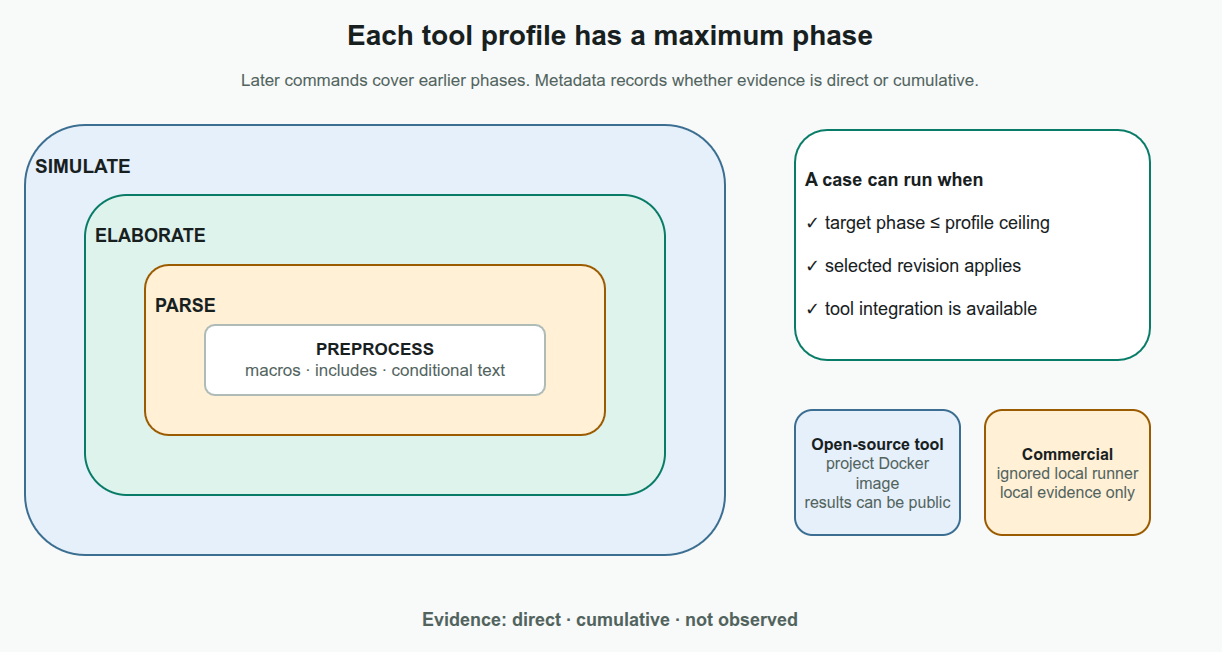
Earlier version of the draw.io export docs/about/assets/tool-applicability.drawio.png (kleverhq/svtorture). Source tidied: cells renumbered, new cells last; positions are measured from the earlier drawing's top-left corner, leaving out a move shared by most shapes.
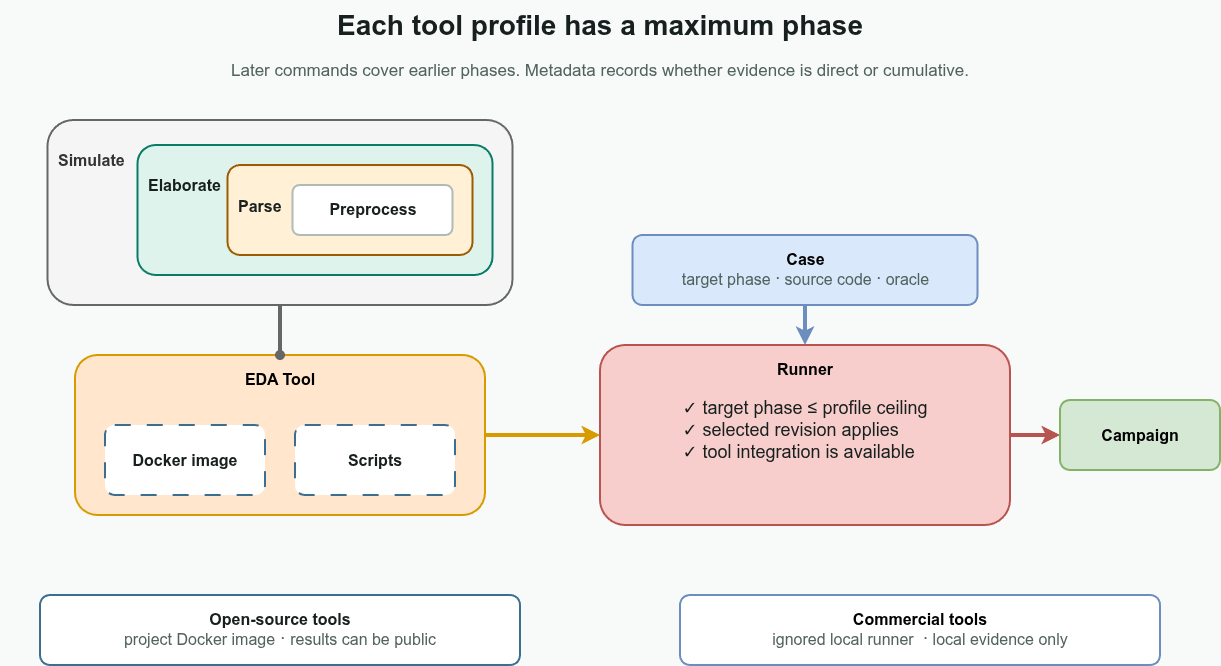
After the change.

Change to the diagram source:
```diff
@@ -2,35 +2,59 @@
   <root>
     <mxCell id="0" />
     <mxCell id="1" parent="0" />
+    <mxCell id="12" style="edgeStyle=orthogonalEdgeStyle;rounded=0;jettySize=auto;html=1;exitX=1;exitY=0.5;exitDx=0;exitDy=0;entryX=0;entryY=0.5;entryDx=0;entryDy=0;fillColor=#ffe6cc;strokeColor=#d79b00;strokeWidth=4;" parent="1" edge="1" source="13" target="18">
+      <mxGeometry relative="1" as="geometry" />
+    </mxCell>
+    <mxCell id="13" value="&lt;b&gt;EDA Tool&lt;/b&gt;" style="rounded=1;whiteSpace=wrap;html=1;arcSize=14;fillColor=#ffe6cc;strokeColor=#d79b00;strokeWidth=2;fontSize=16;fontStyle=0;align=center;verticalAlign=top;spacing=10;" parent="1" vertex="1">
+      <mxGeometry x="75" y="355" width="410" height="160" as="geometry" />
+    </mxCell>
     <mxCell id="2" value="Each tool profile has a maximum phase" style="rounded=1;whiteSpace=wrap;html=1;arcSize=14;fillColor=none;strokeColor=none;strokeWidth=2;fontColor=#17201E;fontSize=28;fontStyle=1;align=center;verticalAlign=middle;spacing=10;rounded=0;spacing=0;verticalAlign=middle;" parent="1" vertex="1">
       <mxGeometry width="1200" height="50" as="geometry" />
     </mxCell>
     <mxCell id="3" value="Later commands cover earlier phases. Metadata records whether evidence is direct or cumulative." style="rounded=1;whiteSpace=wrap;html=1;arcSize=14;fillColor=none;strokeColor=none;strokeWidth=2;fontColor=#52635E;fontSize=17;fontStyle=0;align=center;verticalAlign=middle;spacing=10;rounded=0;spacing=0;verticalAlign=middle;" parent="1" vertex="1">
       <mxGeometry x="60" y="53" width="1080" height="35" as="geometry" />
     </mxCell>
+    <mxCell id="14" style="edgeStyle=orthogonalEdgeStyle;rounded=1;jettySize=auto;html=1;exitX=0.5;exitY=1;exitDx=0;exitDy=0;entryX=0.5;entryY=0;entryDx=0;entryDy=0;fillColor=#f5f5f5;strokeColor=#666666;strokeWidth=4;curved=0;endArrow=oval;endFill=1;" parent="1" edge="1" source="4" target="13">
+      <mxGeometry relative="1" as="geometry" />
+    </mxCell>
+    <mxCell id="9" value="&lt;b&gt;Open-source tools&lt;/b&gt;&lt;br&gt;&lt;font color=&quot;#52635E&quot;&gt;project Docker image&lt;span style=&quot;font-size: 18px;&quot;&gt; · &lt;/span&gt;results can be public&lt;/font&gt;" style="rounded=1;whiteSpace=wrap;html=1;arcSize=14;fillColor=default;strokeColor=#3C6E91;strokeWidth=2;fontColor=#17201E;fontSize=16;fontStyle=0;align=center;verticalAlign=middle;spacing=10;" parent="1" vertex="1">
+      <mxGeometry x="40" y="595" width="480" height="70" as="geometry" />
+    </mxCell>
+    <mxCell id="10" value="&lt;b&gt;Commercial tools&lt;/b&gt;&lt;br&gt;&lt;font color=&quot;#52635E&quot;&gt;ignored local runner&amp;nbsp;&lt;span style=&quot;font-size: 18px;&quot;&gt;&amp;nbsp;·&lt;/span&gt;&amp;nbsp;local evidence only&lt;/font&gt;" style="rounded=1;whiteSpace=wrap;html=1;arcSize=14;fillColor=default;strokeColor=#6c8ebf;strokeWidth=2;fontSize=16;fontStyle=0;align=center;verticalAlign=middle;spacing=10;" parent="1" vertex="1">
+      <mxGeometry x="680" y="595" width="480" height="70" as="geometry" />
+    </mxCell>
+    <mxCell id="15" value="&lt;b&gt;Docker image&lt;/b&gt;" style="rounded=1;whiteSpace=wrap;html=1;arcSize=14;fillColor=default;strokeColor=#3C6E91;strokeWidth=2;fontColor=#17201E;fontSize=16;fontStyle=0;align=center;verticalAlign=middle;spacing=10;dashed=1;dashPattern=8 8;" parent="1" vertex="1">
+      <mxGeometry x="105" y="425" width="160" height="70" as="geometry" />
+    </mxCell>
+    <mxCell id="16" value="&lt;b&gt;Scripts&lt;/b&gt;" style="rounded=1;whiteSpace=wrap;html=1;arcSize=14;fillColor=default;strokeColor=#3C6E91;strokeWidth=2;fontColor=#17201E;fontSize=16;fontStyle=0;align=center;verticalAlign=middle;spacing=10;dashed=1;dashPattern=8 8;" parent="1" vertex="1">
+      <mxGeometry x="295" y="425" width="160" height="70" as="geometry" />
+    </mxCell>
+    <mxCell id="17" style="edgeStyle=orthogonalEdgeStyle;rounded=0;jettySize=auto;html=1;exitX=1;exitY=0.5;exitDx=0;exitDy=0;entryX=0;entryY=0.5;entryDx=0;entryDy=0;fillColor=#f8cecc;strokeColor=#b85450;strokeWidth=4;" parent="1" edge="1" source="18" target="21">
+      <mxGeometry relative="1" as="geometry" />
+    </mxCell>
+    <mxCell id="18" value="&lt;b&gt;Runner&lt;/b&gt;&lt;div&gt;&lt;b&gt;&lt;br&gt;&lt;/b&gt;&lt;/div&gt;&lt;div&gt;&lt;div style=&quot;text-align: left;&quot;&gt;&lt;span style=&quot;font-size: 18px; background-color: transparent; color: light-dark(rgb(23, 32, 30), rgb(206, 213, 212));&quot;&gt;✓ target phase ≤ profile ceiling&lt;/span&gt;&lt;/div&gt;&lt;span style=&quot;font-size: 18px;&quot;&gt;&lt;div style=&quot;text-align: left;&quot;&gt;&lt;span style=&quot;background-color: transparent; color: light-dark(rgb(23, 32, 30), rgb(206, 213, 212));&quot;&gt;✓ selected revision applies&lt;/span&gt;&lt;/div&gt;&lt;/span&gt;&lt;span style=&quot;font-size: 18px;&quot;&gt;&lt;div style=&quot;text-align: left;&quot;&gt;&lt;span style=&quot;background-color: transparent; color: light-dark(rgb(23, 32, 30), rgb(206, 213, 212));&quot;&gt;✓ tool integration is available&lt;/span&gt;&lt;/div&gt;&lt;/span&gt;&lt;b&gt;&lt;/b&gt;&lt;/div&gt;&lt;div&gt;&lt;b&gt;&lt;br&gt;&lt;/b&gt;&lt;/div&gt;" style="rounded=1;whiteSpace=wrap;html=1;arcSize=14;fillColor=#f8cecc;strokeColor=#b85450;strokeWidth=2;fontSize=16;fontStyle=0;align=center;verticalAlign=top;spacing=10;" parent="1" vertex="1">
+      <mxGeometry x="600" y="345" width="410" height="180" as="geometry" />
+    </mxCell>
+    <mxCell id="19" style="edgeStyle=orthogonalEdgeStyle;rounded=1;jettySize=auto;html=1;exitX=0.5;exitY=1;exitDx=0;exitDy=0;entryX=0.5;entryY=0;entryDx=0;entryDy=0;fillColor=#dae8fc;strokeColor=#6c8ebf;strokeWidth=4;curved=0;" parent="1" edge="1" source="20" target="18">
+      <mxGeometry relative="1" as="geometry" />
+    </mxCell>
+    <mxCell id="20" value="&lt;b&gt;Case&lt;/b&gt;&lt;div&gt;&lt;span style=&quot;color: rgb(82, 99, 94);&quot;&gt;target phase&amp;nbsp;&lt;/span&gt;&lt;span style=&quot;color: rgb(82, 99, 94); font-size: 18px;&quot;&gt;·&lt;/span&gt;&lt;span style=&quot;color: rgb(82, 99, 94);&quot;&gt; &lt;/span&gt;&lt;span style=&quot;background-color: transparent; color: rgb(82, 99, 94);&quot;&gt;source code&lt;/span&gt;&lt;span style=&quot;background-color: transparent; color: rgb(82, 99, 94);&quot;&gt;&amp;nbsp;&lt;/span&gt;&lt;span style=&quot;background-color: transparent; color: rgb(82, 99, 94); font-size: 18px;&quot;&gt;·&lt;/span&gt;&lt;span style=&quot;background-color: transparent; color: rgb(82, 99, 94);&quot;&gt;&amp;nbsp;oracle&lt;/span&gt;&lt;/div&gt;" style="rounded=1;whiteSpace=wrap;html=1;arcSize=14;fillColor=#dae8fc;strokeColor=#6c8ebf;strokeWidth=2;fontSize=16;fontStyle=0;align=center;verticalAlign=middle;spacing=10;" parent="1" vertex="1">
+      <mxGeometry x="632.5" y="235" width="345" height="70" as="geometry" />
+    </mxCell>
+    <mxCell id="21" value="&lt;b&gt;Campaign&lt;/b&gt;" style="rounded=1;whiteSpace=wrap;html=1;arcSize=14;fillColor=#d5e8d4;strokeColor=#82b366;strokeWidth=2;fontSize=16;fontStyle=0;align=center;verticalAlign=middle;spacing=10;" parent="1" vertex="1">
+      <mxGeometry x="1060" y="400" width="160" height="70" as="geometry" />
+    </mxCell>
-    <mxCell id="4" value="&lt;b&gt;SIMULATE&lt;/b&gt;" style="rounded=1;whiteSpace=wrap;html=1;arcSize=14;fillColor=#E6F0FA;strokeColor=#3C6E91;strokeWidth=2;fontColor=#17201E;fontSize=19;fontStyle=0;align=left;verticalAlign=middle;spacing=10;verticalAlign=top;spacingTop=16;" parent="1" vertex="1">
-      <mxGeometry x="15" y="115" width="700" height="430" as="geometry" />
+    <mxCell id="4" value="&lt;b&gt;Simulate&lt;/b&gt;" style="rounded=1;whiteSpace=wrap;html=1;arcSize=14;fillColor=#f5f5f5;strokeColor=#666666;strokeWidth=2;fontColor=#333333;fontSize=16;fontStyle=0;align=left;verticalAlign=middle;spacing=10;verticalAlign=top;spacingTop=16;" parent="1" vertex="1">
+      <mxGeometry x="47.5" y="120" width="465" height="185" as="geometry" />
     </mxCell>
-    <mxCell id="5" value="&lt;b&gt;ELABORATE&lt;/b&gt;" style="rounded=1;whiteSpace=wrap;html=1;arcSize=14;fillColor=#DFF3ED;strokeColor=#087C67;strokeWidth=2;fontColor=#17201E;fontSize=18;fontStyle=0;align=left;verticalAlign=middle;spacing=10;verticalAlign=top;spacingTop=16;" parent="1" vertex="1">
-      <mxGeometry x="75" y="185" width="580" height="300" as="geometry" />
+    <mxCell id="5" value="&lt;b&gt;Elaborate&lt;/b&gt;" style="rounded=1;whiteSpace=wrap;html=1;arcSize=14;fillColor=#DFF3ED;strokeColor=#087C67;strokeWidth=2;fontColor=#17201E;fontSize=16;fontStyle=0;align=left;verticalAlign=middle;spacing=10;verticalAlign=top;spacingTop=16;" parent="1" vertex="1">
+      <mxGeometry x="137.5" y="145" width="355" height="130" as="geometry" />
     </mxCell>
-    <mxCell id="6" value="&lt;b&gt;PARSE&lt;/b&gt;" style="rounded=1;whiteSpace=wrap;html=1;arcSize=14;fillColor=#FFF0D6;strokeColor=#9B5B00;strokeWidth=2;fontColor=#17201E;fontSize=18;fontStyle=0;align=left;verticalAlign=middle;spacing=10;verticalAlign=top;spacingTop=16;" parent="1" vertex="1">
-      <mxGeometry x="135" y="255" width="460" height="170" as="geometry" />
+    <mxCell id="6" value="&lt;b&gt;&lt;font style=&quot;font-size: 16px;&quot;&gt;Parse&lt;/font&gt;&lt;/b&gt;" style="rounded=1;whiteSpace=wrap;html=1;arcSize=14;fillColor=#FFF0D6;strokeColor=#9B5B00;strokeWidth=2;fontColor=#17201E;fontSize=18;fontStyle=0;align=left;verticalAlign=middle;spacing=10;verticalAlign=top;spacingTop=16;" parent="1" vertex="1">
+      <mxGeometry x="227.5" y="165" width="245" height="90" as="geometry" />
     </mxCell>
-    <mxCell id="7" value="&lt;b&gt;PREPROCESS&lt;/b&gt;&lt;br&gt;&lt;font color=&quot;#52635E&quot;&gt;macros · includes · conditional text&lt;/font&gt;" style="rounded=1;whiteSpace=wrap;html=1;arcSize=14;fillColor=#FFFFFF;strokeColor=#AEBBB7;strokeWidth=2;fontColor=#17201E;fontSize=17;fontStyle=0;align=center;verticalAlign=middle;spacing=10;" parent="1" vertex="1">
-      <mxGeometry x="195" y="315" width="340" height="70" as="geometry" />
+    <mxCell id="7" value="&lt;b&gt;&lt;font style=&quot;font-size: 16px;&quot;&gt;Preprocess&lt;/font&gt;&lt;/b&gt;" style="rounded=1;whiteSpace=wrap;html=1;arcSize=14;fillColor=#FFFFFF;strokeColor=#AEBBB7;strokeWidth=2;fontColor=#17201E;fontSize=17;fontStyle=0;align=center;verticalAlign=middle;spacing=10;" parent="1" vertex="1">
+      <mxGeometry x="292.5" y="185" width="160" height="50" as="geometry" />
     </mxCell>
-    <mxCell id="8" value="&lt;b&gt;A case can run when&lt;/b&gt;&lt;br&gt;&lt;br&gt;✓ target phase ≤ profile ceiling&lt;br&gt;&lt;br&gt;✓ selected revision applies&lt;br&gt;&lt;br&gt;✓ tool integration is available" style="rounded=1;whiteSpace=wrap;html=1;arcSize=14;fillColor=#FFFFFF;strokeColor=#087C67;strokeWidth=2;fontColor=#17201E;fontSize=18;fontStyle=0;align=left;verticalAlign=middle;spacing=10;" parent="1" vertex="1">
-      <mxGeometry x="785" y="120" width="355" height="230" as="geometry" />
-    </mxCell>
-    <mxCell id="9" value="&lt;b&gt;Open-source tool&lt;/b&gt;&lt;br&gt;&lt;font color=&quot;#52635E&quot;&gt;project Docker image&lt;br&gt;results can be public&lt;/font&gt;" style="rounded=1;whiteSpace=wrap;html=1;arcSize=14;fillColor=#E6F0FA;strokeColor=#3C6E91;strokeWidth=2;fontColor=#17201E;fontSize=16;fontStyle=0;align=center;verticalAlign=middle;spacing=10;" parent="1" vertex="1">
-      <mxGeometry x="785" y="400" width="165" height="125" as="geometry" />
-    </mxCell>
-    <mxCell id="10" value="&lt;b&gt;Commercial&lt;/b&gt;&lt;br&gt;&lt;font color=&quot;#52635E&quot;&gt;ignored local runner&lt;br&gt;local evidence only&lt;/font&gt;" style="rounded=1;whiteSpace=wrap;html=1;arcSize=14;fillColor=#FFF0D6;strokeColor=#9B5B00;strokeWidth=2;fontColor=#17201E;fontSize=16;fontStyle=0;align=center;verticalAlign=middle;spacing=10;" parent="1" vertex="1">
-      <mxGeometry x="975" y="400" width="165" height="125" as="geometry" />
-    </mxCell>
-    <mxCell id="11" value="Evidence:  direct  ·  cumulative  ·  not observed" style="rounded=1;whiteSpace=wrap;html=1;arcSize=14;fillColor=none;strokeColor=none;strokeWidth=2;fontColor=#52635E;fontSize=18;fontStyle=1;align=center;verticalAlign=middle;spacing=10;rounded=0;spacing=0;verticalAlign=middle;" parent="1" vertex="1">
-      <mxGeometry x="150" y="590" width="900" height="40" as="geometry" />
-    </mxCell>
   </root>
 </mxGraphModel>
```
